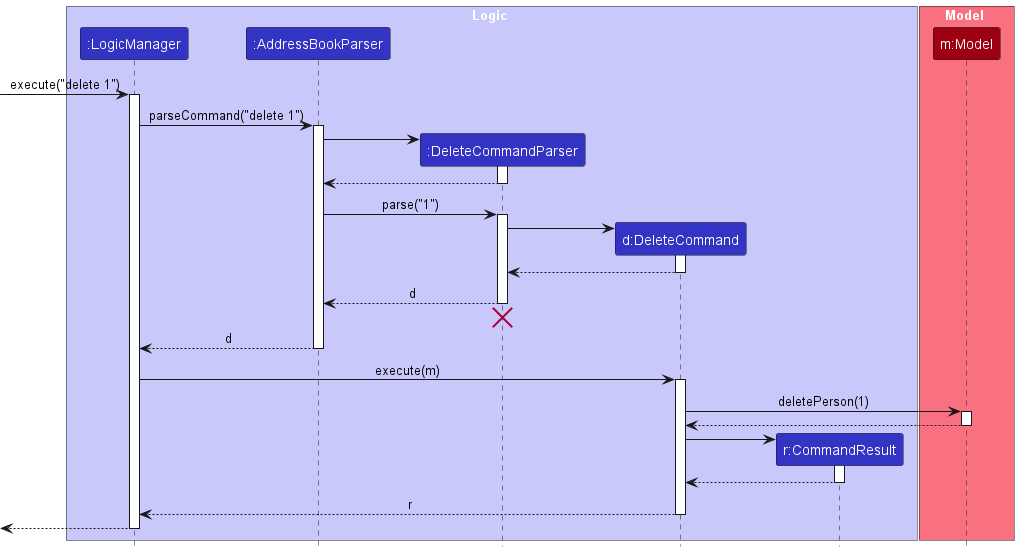
The PlantUML diagram docs/images/DeleteSequenceDiagram.png in nus-cs2103-AY2324S2/tp, before a commit. Source of this version:
```plantuml
@startuml
!include style.puml
skinparam ArrowFontStyle plain

box Logic LOGIC_COLOR_T1
participant ":LogicManager" as LogicManager LOGIC_COLOR
participant ":AddressBookParser" as AddressBookParser LOGIC_COLOR
participant ":DeleteCommandParser" as DeleteCommandParser LOGIC_COLOR
participant "d:DeleteCommand" as DeleteCommand LOGIC_COLOR
participant "r:CommandResult" as CommandResult LOGIC_COLOR
end box

box Model MODEL_COLOR_T1
participant "m:Model" as Model MODEL_COLOR
end box

[-> LogicManager : execute("delete 1")
activate LogicManager

LogicManager -> AddressBookParser : parseCommand("delete 1")
activate AddressBookParser

create DeleteCommandParser
AddressBookParser -> DeleteCommandParser
activate DeleteCommandParser

DeleteCommandParser --> AddressBookParser
deactivate DeleteCommandParser

AddressBookParser -> DeleteCommandParser : parse("1")
activate DeleteCommandParser

create DeleteCommand
DeleteCommandParser -> DeleteCommand
activate DeleteCommand

DeleteCommand --> DeleteCommandParser :
deactivate DeleteCommand

DeleteCommandParser --> AddressBookParser : d
deactivate DeleteCommandParser
DeleteCommandParser -[hidden]-> AddressBookParser
destroy DeleteCommandParser

AddressBookParser --> LogicManager : d
deactivate AddressBookParser

LogicManager -> DeleteCommand : execute(m)
activate DeleteCommand

DeleteCommand -> Model : deletePerson(1)
activate Model

Model --> DeleteCommand
deactivate Model

create CommandResult
DeleteCommand -> CommandResult
activate CommandResult

CommandResult --> DeleteCommand
deactivate CommandResult

DeleteCommand --> LogicManager : r
deactivate DeleteCommand

[<--LogicManager
deactivate LogicManager
@enduml
```
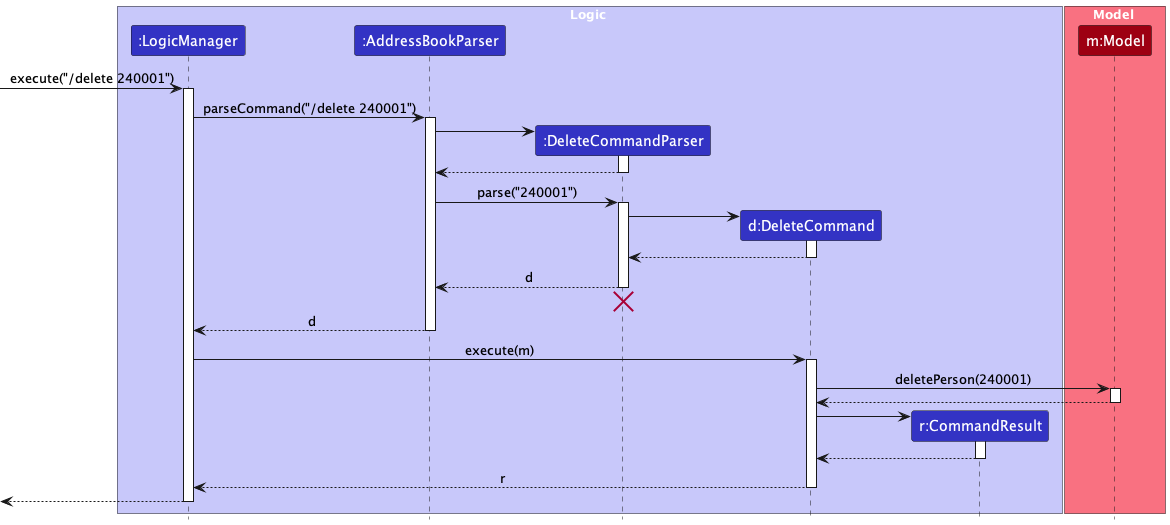
After the commit.

Commit message:
Update UML diagram

Change to the diagram source:
```diff
@@ -14,10 +14,10 @@
 participant "m:Model" as Model MODEL_COLOR
 end box
 
-[-> LogicManager : execute("delete 1")
+[-> LogicManager : execute("/delete 240001")
 activate LogicManager
 
-LogicManager -> AddressBookParser : parseCommand("delete 1")
+LogicManager -> AddressBookParser : parseCommand("/delete 240001")
 activate AddressBookParser
 
 create DeleteCommandParser
@@ -27,7 +27,7 @@
 DeleteCommandParser --> AddressBookParser
 deactivate DeleteCommandParser
 
-AddressBookParser -> DeleteCommandParser : parse("1")
+AddressBookParser -> DeleteCommandParser : parse("240001")
 activate DeleteCommandParser
 
 create DeleteCommand
@@ -48,7 +48,7 @@
 LogicManager -> DeleteCommand : execute(m)
 activate DeleteCommand
 
-DeleteCommand -> Model : deletePerson(1)
+DeleteCommand -> Model : deletePerson(240001)
 activate Model
 
 Model --> DeleteCommand
```
